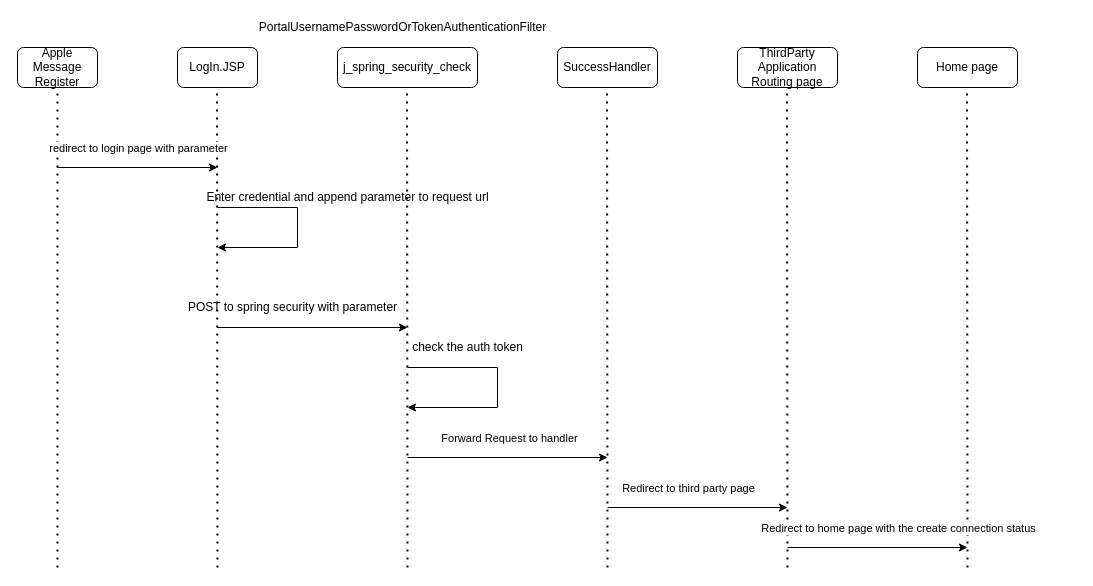
Above: IMG/Untitled Diagram.drawio in ZehuaWang/Oauth2-Demo (draw.io), before the change. Source tidied: cells renumbered, new cells numbered last; positions are measured from the earlier drawing's top-left corner, leaving out a move shared by most shapes. Both pictures are drawn from the tidied source at 100%, with x=0, y=0 at pixel (17, 17).
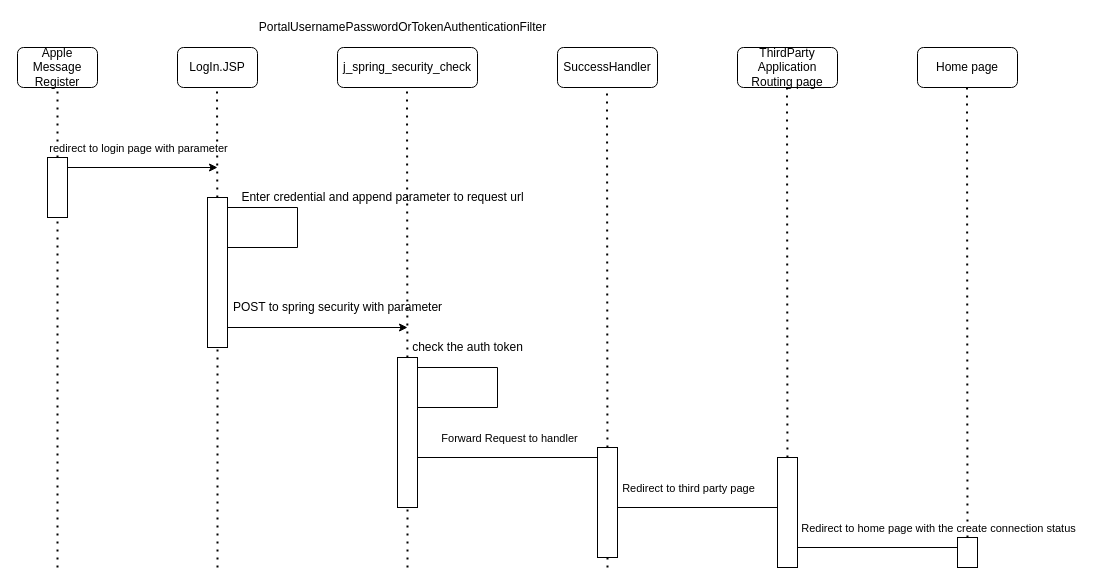
The same page after the edit.

The change refers to these unchanged cells:
```xml
<mxCell id="31" style="endArrow=classic;html=1;rounded=0;" parent="1" edge="1">
  <mxGeometry relative="1" as="geometry">
    <mxPoint x="770" y="530" as="sourcePoint" />
    <mxPoint x="950" y="530" as="targetPoint" />
  </mxGeometry>
</mxCell>
```

Change to the diagram source:
```diff
@@
-    <mxCell id="8" style="endArrow=none;dashed=1;html=1;dashPattern=1 3;strokeWidth=2;rounded=0;" parent="1" edge="1">
+    <mxCell id="8" style="endArrow=none;dashed=1;html=1;dashPattern=1 3;strokeWidth=2;rounded=0;startArrow=none;" parent="1" edge="1" source="33">
       <mxGeometry relative="1" as="geometry">
-        <mxPoint x="40" y="550" as="sourcePoint" />
         <mxPoint x="40" y="70" as="targetPoint" />
       </mxGeometry>
     </mxCell>
-    <mxCell id="9" style="endArrow=none;dashed=1;html=1;dashPattern=1 3;strokeWidth=2;rounded=0;" parent="1" edge="1">
+    <mxCell id="9" style="endArrow=none;dashed=1;html=1;dashPattern=1 3;strokeWidth=2;rounded=0;startArrow=none;" parent="1" edge="1" source="35">
       <mxGeometry relative="1" as="geometry">
-        <mxPoint x="200" y="550" as="sourcePoint" />
         <mxPoint x="199.5" y="70" as="targetPoint" />
       </mxGeometry>
     </mxCell>
-    <mxCell id="10" style="endArrow=none;dashed=1;html=1;dashPattern=1 3;strokeWidth=2;rounded=0;" parent="1" edge="1">
+    <mxCell id="10" style="endArrow=none;dashed=1;html=1;dashPattern=1 3;strokeWidth=2;rounded=0;startArrow=none;" parent="1" edge="1" source="37">
       <mxGeometry relative="1" as="geometry">
-        <mxPoint x="390" y="550" as="sourcePoint" />
         <mxPoint x="389.5" y="70" as="targetPoint" />
       </mxGeometry>
     </mxCell>
-    <mxCell id="11" style="endArrow=none;dashed=1;html=1;dashPattern=1 3;strokeWidth=2;rounded=0;" parent="1" edge="1">
+    <mxCell id="11" style="endArrow=none;dashed=1;html=1;dashPattern=1 3;strokeWidth=2;rounded=0;startArrow=none;" parent="1" edge="1" source="39">
       <mxGeometry relative="1" as="geometry">
-        <mxPoint x="590" y="550" as="sourcePoint" />
         <mxPoint x="589.5" y="70" as="targetPoint" />
       </mxGeometry>
     </mxCell>
-    <mxCell id="12" style="endArrow=none;dashed=1;html=1;dashPattern=1 3;strokeWidth=2;rounded=0;" parent="1" edge="1">
+    <mxCell id="12" style="endArrow=none;dashed=1;html=1;dashPattern=1 3;strokeWidth=2;rounded=0;startArrow=none;" parent="1" edge="1" source="41">
       <mxGeometry relative="1" as="geometry">
-        <mxPoint x="770" y="550" as="sourcePoint" />
         <mxPoint x="769.5" y="70" as="targetPoint" />
       </mxGeometry>
     </mxCell>
@@
-    <mxCell id="16" style="endArrow=none;dashed=1;html=1;dashPattern=1 3;strokeWidth=2;rounded=0;" parent="1" edge="1">
+    <mxCell id="16" style="endArrow=none;dashed=1;html=1;dashPattern=1 3;strokeWidth=2;rounded=0;startArrow=none;" parent="1" edge="1" source="43">
       <mxGeometry relative="1" as="geometry">
-        <mxPoint x="950" y="550" as="sourcePoint" />
         <mxPoint x="949.5" y="70" as="targetPoint" />
       </mxGeometry>
     </mxCell>
@@
     <mxCell id="20" value="Enter credential and append parameter to request url" style="text;html=1;align=center;verticalAlign=middle;fillColor=none;strokeColor=none;rounded=0;" parent="1" vertex="1">
-      <mxGeometry x="180" y="170" width="300" height="20" as="geometry" />
+      <mxGeometry x="215" y="170" width="300" height="20" as="geometry" />
     </mxCell>
@@
     <mxCell id="22" value="POST to spring security with parameter" style="text;html=1;align=center;verticalAlign=middle;fillColor=none;strokeColor=none;rounded=0;" parent="1" vertex="1">
-      <mxGeometry x="165" y="280" width="220" height="20" as="geometry" />
+      <mxGeometry x="210" y="280" width="220" height="20" as="geometry" />
     </mxCell>
@@
     <mxCell id="32" value="Redirect to home page with the create connection status" style="edgeLabel;html=1;align=center;verticalAlign=middle;" parent="31" vertex="1">
       <mxGeometry x="-0.23" y="1" relative="1" as="geometry">
-        <mxPoint x="41" y="-19" as="offset" />
+        <mxPoint x="81" y="-19" as="offset" />
       </mxGeometry>
     </mxCell>
+    <mxCell id="33" style="rounded=0;whiteSpace=wrap;html=1;" parent="1" vertex="1">
+      <mxGeometry x="30" y="140" width="20" height="60" as="geometry" />
+    </mxCell>
+    <mxCell id="34" style="endArrow=none;dashed=1;html=1;dashPattern=1 3;strokeWidth=2;rounded=0;" parent="1" edge="1" target="33">
+      <mxGeometry relative="1" as="geometry">
+        <mxPoint x="40" y="550" as="sourcePoint" />
+      </mxGeometry>
+    </mxCell>
+    <mxCell id="35" style="rounded=0;whiteSpace=wrap;html=1;" parent="1" vertex="1">
+      <mxGeometry x="190" y="180" width="20" height="150" as="geometry" />
+    </mxCell>
+    <mxCell id="36" style="endArrow=none;dashed=1;html=1;dashPattern=1 3;strokeWidth=2;rounded=0;" parent="1" edge="1" target="35">
+      <mxGeometry relative="1" as="geometry">
+        <mxPoint x="200" y="550" as="sourcePoint" />
+      </mxGeometry>
+    </mxCell>
+    <mxCell id="37" style="rounded=0;whiteSpace=wrap;html=1;" parent="1" vertex="1">
+      <mxGeometry x="380" y="340" width="20" height="150" as="geometry" />
+    </mxCell>
+    <mxCell id="38" style="endArrow=none;dashed=1;html=1;dashPattern=1 3;strokeWidth=2;rounded=0;" parent="1" edge="1" target="37">
+      <mxGeometry relative="1" as="geometry">
+        <mxPoint x="390" y="550" as="sourcePoint" />
+      </mxGeometry>
+    </mxCell>
+    <mxCell id="39" style="rounded=0;whiteSpace=wrap;html=1;" parent="1" vertex="1">
+      <mxGeometry x="580" y="430" width="20" height="110" as="geometry" />
+    </mxCell>
+    <mxCell id="40" style="endArrow=none;dashed=1;html=1;dashPattern=1 3;strokeWidth=2;rounded=0;" parent="1" edge="1" target="39">
+      <mxGeometry relative="1" as="geometry">
+        <mxPoint x="590" y="550" as="sourcePoint" />
+      </mxGeometry>
+    </mxCell>
+    <mxCell id="41" style="rounded=0;whiteSpace=wrap;html=1;" parent="1" vertex="1">
+      <mxGeometry x="760" y="440" width="20" height="110" as="geometry" />
+    </mxCell>
+    <mxCell id="42" style="endArrow=none;dashed=1;html=1;dashPattern=1 3;strokeWidth=2;rounded=0;" parent="1" edge="1" target="41">
+      <mxGeometry relative="1" as="geometry">
+        <mxPoint x="770" y="550" as="sourcePoint" />
+      </mxGeometry>
+    </mxCell>
+    <mxCell id="43" style="rounded=0;whiteSpace=wrap;html=1;" parent="1" vertex="1">
+      <mxGeometry x="940" y="520" width="20" height="30" as="geometry" />
+    </mxCell>
+    <mxCell id="44" style="endArrow=none;dashed=1;html=1;dashPattern=1 3;strokeWidth=2;rounded=0;" parent="1" edge="1" target="43">
+      <mxGeometry relative="1" as="geometry">
+        <mxPoint x="950" y="550" as="sourcePoint" />
+      </mxGeometry>
+    </mxCell>
```
